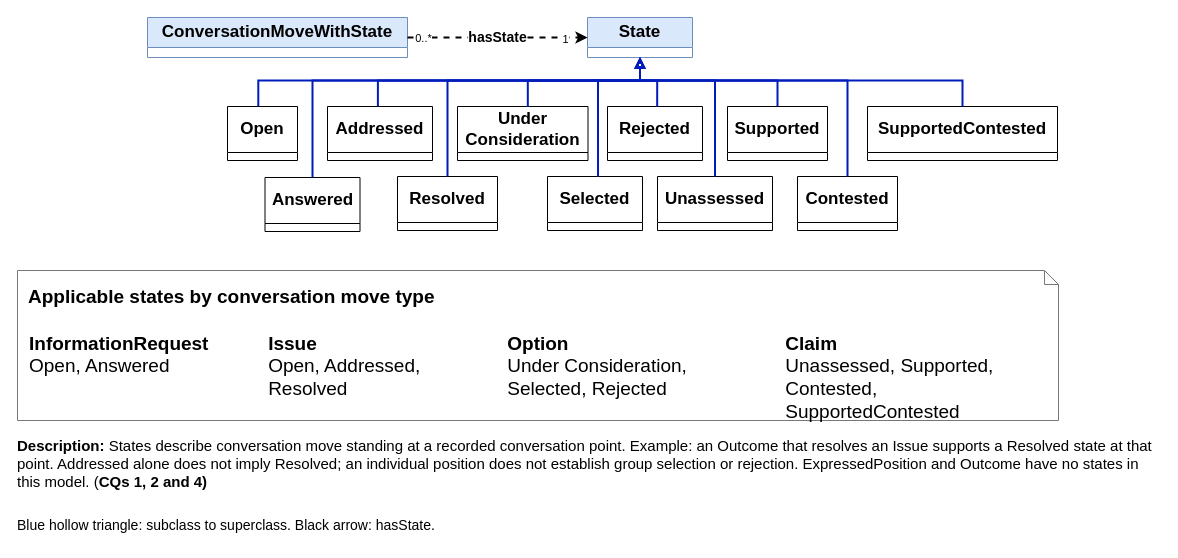
tetherless-world/ontology-engineering keeps this draw.io diagram as page "StateTaxonomy" (4 of 10) of oe2026/tracking-cjf/files/conceptual-models/oe9/OE_9_TeamCJF_ConceptualModel.drawio. Above is the earlier version. Source tidied: cells renumbered, new cells numbered last; positions are measured from the earlier drawing's top-left corner, leaving out a move shared by most shapes. Both pictures are drawn from the tidied source at 100%, with x=0, y=0 at pixel (17, 17).
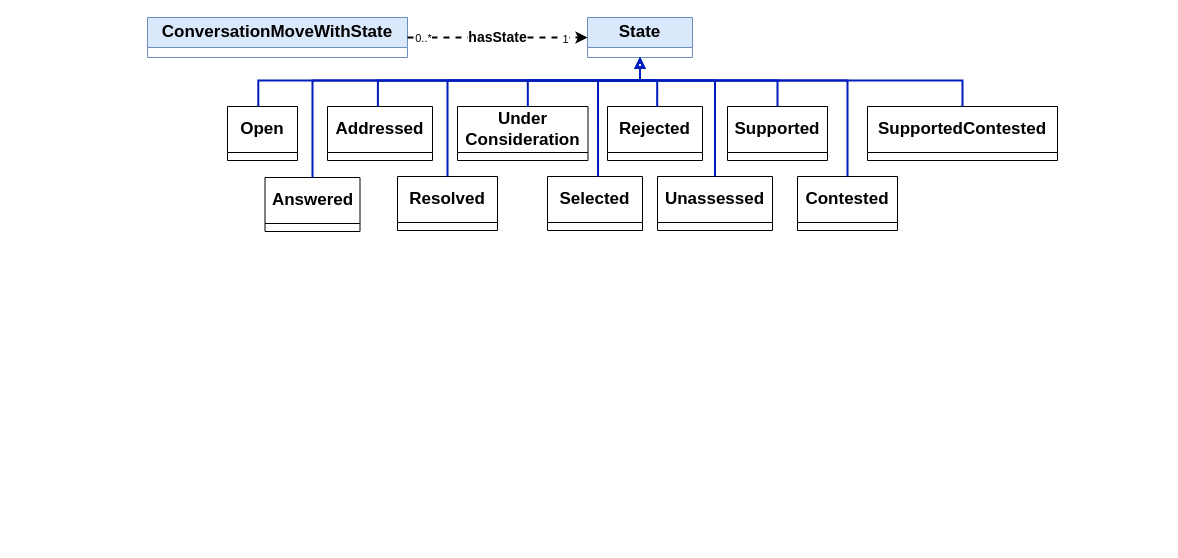
The same page after the edit.

What changed in the source:
```diff
@@
-    <mxCell id="27" value="&lt;b&gt;Applicable states by conversation move type&lt;/b&gt;&lt;br&gt;&lt;br&gt;&lt;table style=&quot;width:100%;border-collapse:collapse;table-layout:fixed;&quot;&gt;&lt;tbody&gt;&lt;tr&gt;&lt;td style=&quot;width:23%;vertical-align:top;padding-right:15px;&quot;&gt;&lt;b&gt;InformationRequest&lt;/b&gt;&lt;br&gt;Open, Answered&lt;/td&gt;&lt;td style=&quot;width:23%;vertical-align:top;padding-right:15px;&quot;&gt;&lt;b&gt;Issue&lt;/b&gt;&lt;br&gt;Open, Addressed, Resolved&lt;/td&gt;&lt;td style=&quot;width:27%;vertical-align:top;padding-right:15px;&quot;&gt;&lt;b&gt;Option&lt;/b&gt;&lt;br&gt;Under Consideration,&lt;br&gt;Selected, Rejected&lt;/td&gt;&lt;td style=&quot;width:27%;vertical-align:top;&quot;&gt;&lt;b&gt;Claim&lt;/b&gt;&lt;br&gt;Unassessed, Supported,&lt;br&gt;Contested,&lt;br&gt;SupportedContested&lt;/td&gt;&lt;/tr&gt;&lt;/tbody&gt;&lt;/table&gt;" style="shape=note;whiteSpace=wrap;html=1;size=14;align=left;verticalAlign=top;fillColor=#ffffff;strokeColor=#777777;fontColor=#000000;fontFamily=Helvetica;rounded=0;fontSize=19;spacing=11;" parent="1" vertex="1">
-      <mxGeometry y="253" width="1041" height="150" as="geometry" />
-    </mxCell>
-    <mxCell id="28" value="&lt;div&gt;&lt;b&gt;Description:&lt;/b&gt;&amp;nbsp;States describe conversation move standing at a recorded conversation point. Example: an Outcome that resolves an Issue supports a Resolved state at that point. Addressed alone does not imply Resolved; an individual position does not establish group selection or rejection. ExpressedPosition and Outcome have no states in this model. (&lt;b&gt;CQs 1, 2 and 4)&lt;/b&gt;&lt;/div&gt;" style="text;html=1;whiteSpace=wrap;strokeColor=none;fillColor=none;align=left;verticalAlign=middle;rounded=0;fontFamily=Helvetica;fontSize=15;fontColor=#000000;fontStyle=0;spacing=0;" parent="1" vertex="1">
-      <mxGeometry y="413" width="1141" height="65" as="geometry" />
-    </mxCell>
-    <mxCell id="29" value="Blue hollow triangle: subclass to superclass. Black arrow: hasState." style="text;html=1;whiteSpace=wrap;strokeColor=none;fillColor=none;align=left;verticalAlign=middle;rounded=0;fontFamily=Helvetica;fontSize=14;fontColor=#000000;fontStyle=0;spacing=0;" parent="1" vertex="1">
-      <mxGeometry y="493" width="1141" height="30" as="geometry" />
-    </mxCell>
```
